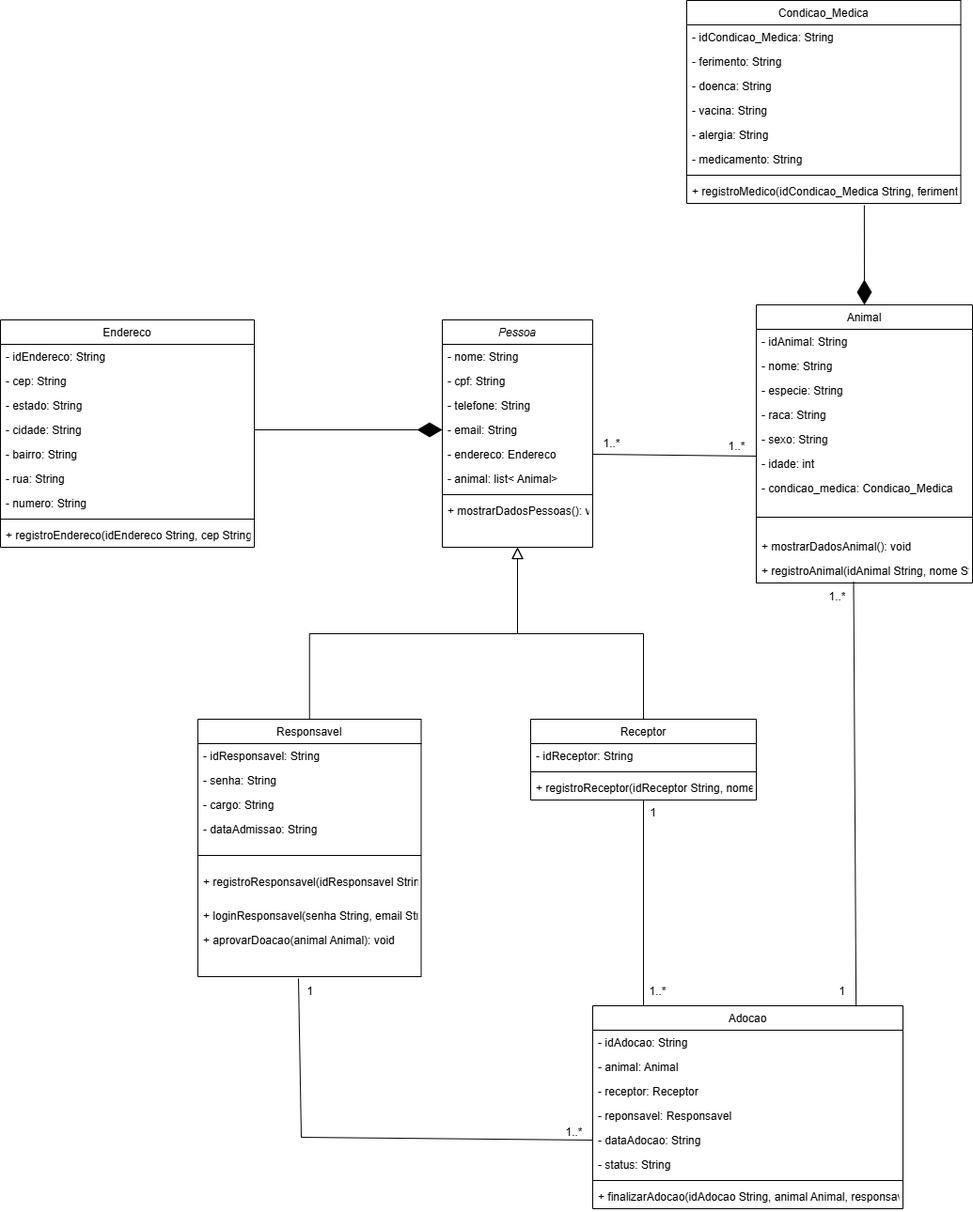
Earlier version of the draw.io export AdoCão.drawio.png (Evnz25/DoaCao). Source tidied: cells renumbered, new cells last; positions are measured from the earlier drawing's top-left corner, leaving out a move shared by most shapes.
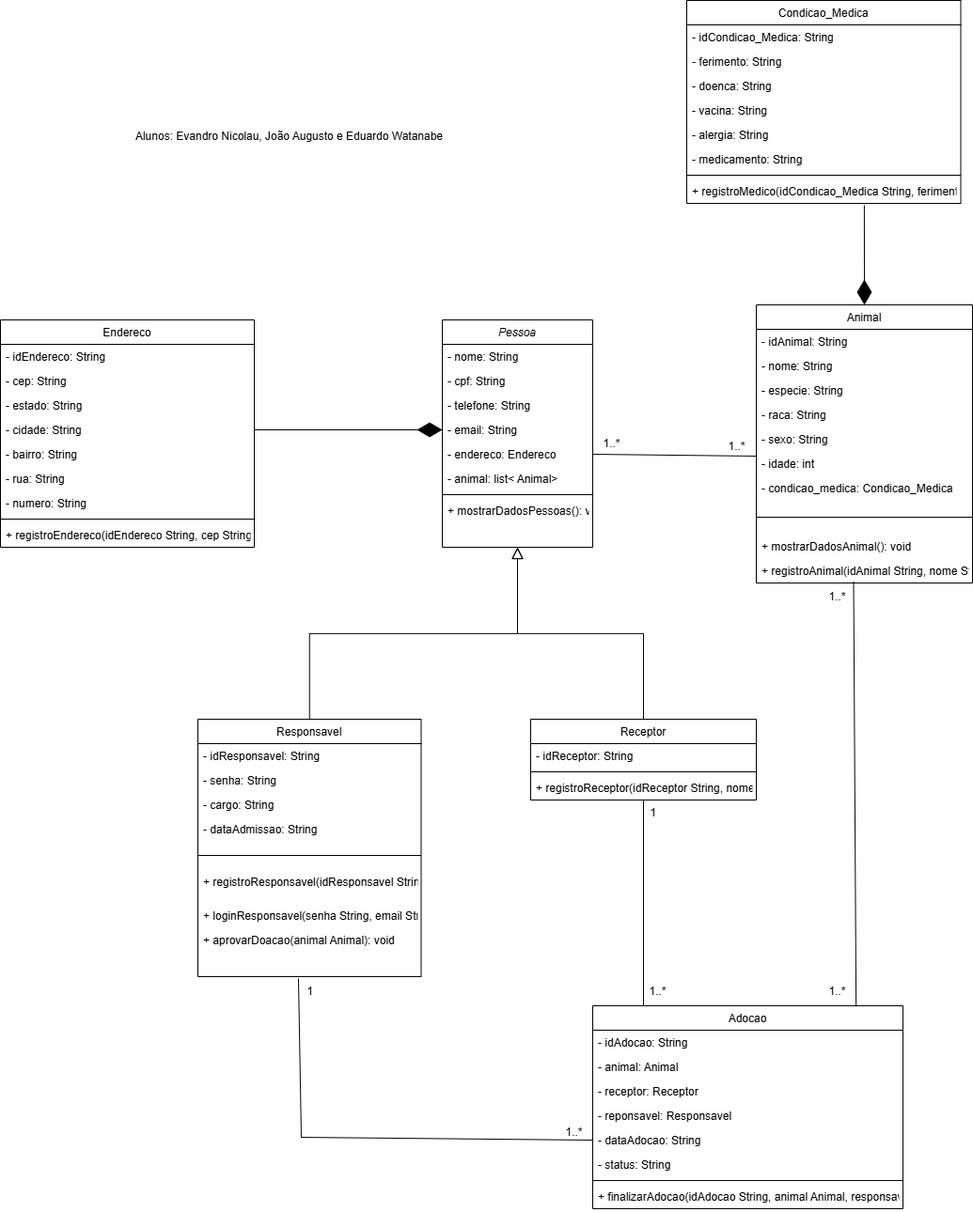
Later version of the same file.

Diff of the diagram source:
```diff
@@ -233,14 +233,17 @@
     <mxCell id="76" value="1" style="text;html=1;align=center;verticalAlign=middle;points=[];strokeColor=none;fillColor=none;" parent="1" vertex="1">
       <mxGeometry x="313.8" y="1040" width="30" height="30" as="geometry" />
     </mxCell>
-    <mxCell id="77" value="1" style="text;html=1;align=center;verticalAlign=middle;strokeColor=none;fillColor=none;" parent="1" vertex="1">
-      <mxGeometry x="880" y="1040" width="30" height="30" as="geometry" />
-    </mxCell>
     <mxCell id="78" value="1..*" style="text;html=1;align=center;verticalAlign=middle;strokeColor=none;fillColor=none;" parent="1" vertex="1">
       <mxGeometry x="590" y="1190" width="40" height="30" as="geometry" />
     </mxCell>
     <mxCell id="79" value="1..*" style="text;html=1;align=center;verticalAlign=middle;strokeColor=none;fillColor=none;" parent="1" vertex="1">
       <mxGeometry x="870" y="620" width="40" height="30" as="geometry" />
     </mxCell>
+    <mxCell id="80" value="1..*" style="text;html=1;align=center;verticalAlign=middle;strokeColor=none;fillColor=none;" parent="1" vertex="1">
+      <mxGeometry x="870" y="1040" width="40" height="30" as="geometry" />
+    </mxCell>
+    <mxCell id="81" value="Alunos: Evandro Nicolau, João Augusto e Eduardo Watanabe" style="text;html=1;align=center;verticalAlign=middle;whiteSpace=wrap;rounded=0;" parent="1" vertex="1">
+      <mxGeometry x="120" y="130" width="375" height="30" as="geometry" />
+    </mxCell>
   </root>
 </mxGraphModel>
```
